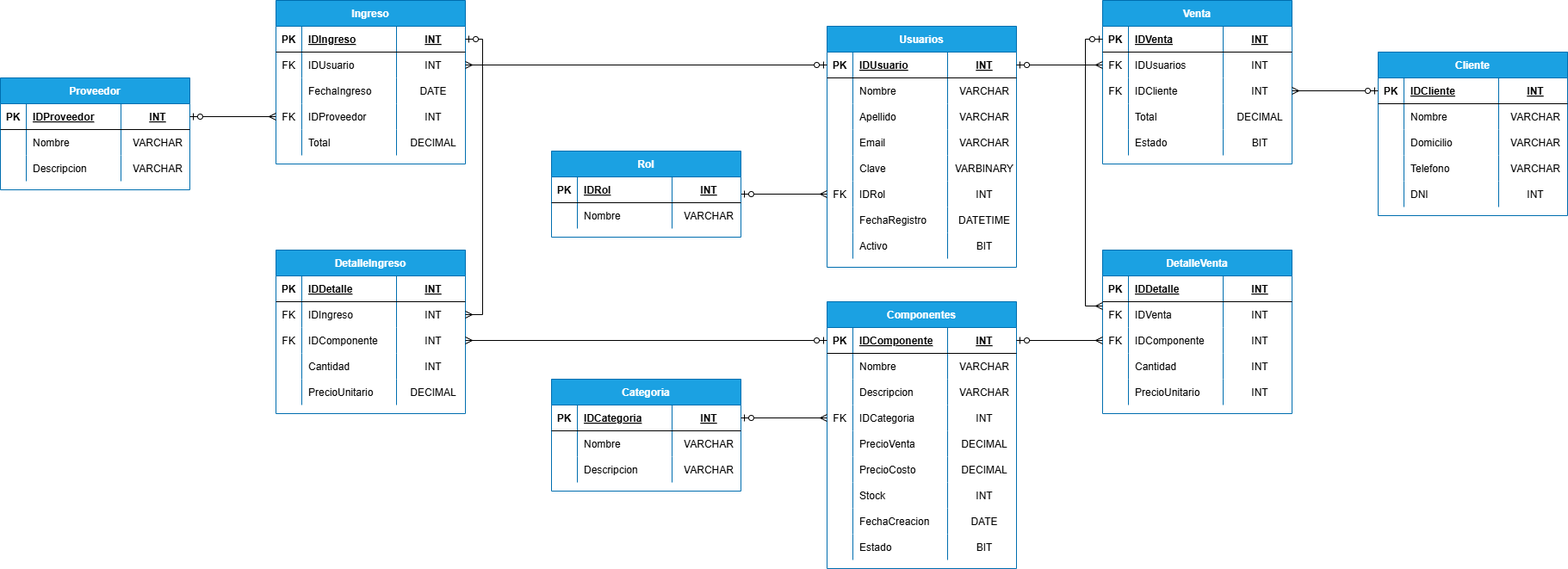
Earlier version of the draw.io export DER/DER TPI Grupo 4.png (xxLich/TP_Integrador_Lab3). Source tidied: cells renumbered, new cells last; positions are measured from the earlier drawing's top-left corner, leaving out a move shared by most shapes.
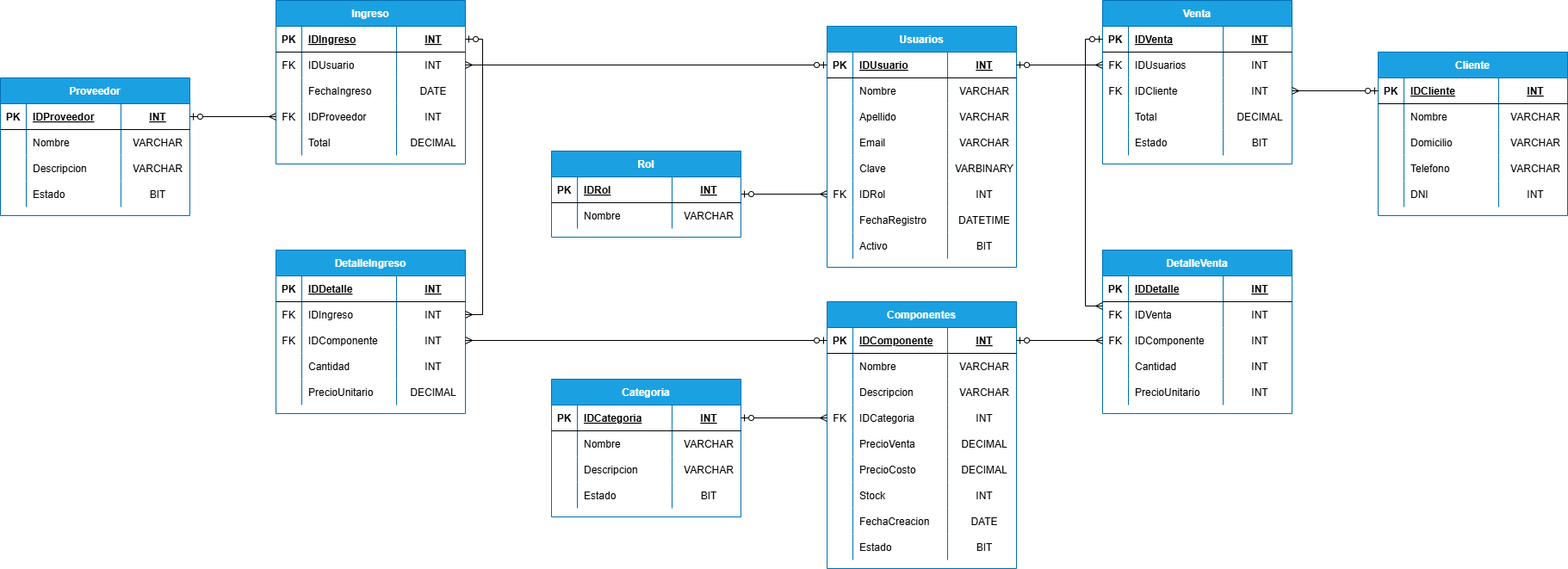
The same diagram one commit later.

What changed in the source:
```diff
@@ -375,7 +375,7 @@
       <mxGeometry relative="1" as="geometry" />
     </mxCell>
     <mxCell id="126" value="Categoria" style="shape=table;startSize=30;rowLines=0;fontStyle=1;align=center;fillColor=#1ba1e2;fontColor=#ffffff;strokeColor=#006EAF;" parent="1" vertex="1">
-      <mxGeometry x="640" y="440" width="220" height="130" as="geometry" />
+      <mxGeometry x="640" y="440" width="220" height="160" as="geometry" />
     </mxCell>
     <mxCell id="127" style="shape=partialRectangle;fillColor=none;points=[[0,0.5],[1,0.5]];portConstraint=eastwest;top=0;left=0;right=0;bottom=1;" parent="126" vertex="1">
       <mxGeometry y="30" width="220" height="30" as="geometry" />
@@ -413,11 +413,23 @@
     <mxCell id="138" value="VARCHAR" style="shape=partialRectangle;overflow=hidden;fillColor=none;top=0;left=0;bottom=0;right=0;align=center;spacingLeft=6;" parent="135" vertex="1">
       <mxGeometry x="140" width="80" height="30" as="geometry" />
     </mxCell>
+    <mxCell id="222" style="shape=partialRectangle;fillColor=none;top=0;left=0;right=0;bottom=0;" parent="126" vertex="1">
+      <mxGeometry y="120" width="220" height="30" as="geometry" />
+    </mxCell>
+    <mxCell id="223" style="shape=partialRectangle;overflow=hidden;fillColor=none;top=0;left=0;bottom=0;right=0;" parent="222" vertex="1">
+      <mxGeometry width="30" height="30" as="geometry" />
+    </mxCell>
+    <mxCell id="224" value="Estado" style="shape=partialRectangle;overflow=hidden;fillColor=none;top=0;left=0;bottom=0;right=0;align=left;spacingLeft=6;" parent="222" vertex="1">
+      <mxGeometry x="30" width="110" height="30" as="geometry" />
+    </mxCell>
+    <mxCell id="225" value="BIT" style="shape=partialRectangle;overflow=hidden;fillColor=none;top=0;left=0;bottom=0;right=0;align=center;spacingLeft=6;" parent="222" vertex="1">
+      <mxGeometry x="140" width="80" height="30" as="geometry" />
+    </mxCell>
     <mxCell id="139" style="edgeStyle=orthogonalEdgeStyle;rounded=0;jettySize=auto;html=1;endArrow=ERmany;endFill=0;startArrow=ERzeroToOne;startFill=0;" parent="1" edge="1" source="127" target="48">
       <mxGeometry relative="1" as="geometry" />
     </mxCell>
     <mxCell id="140" value="Proveedor" style="shape=table;startSize=30;rowLines=0;fontStyle=1;align=center;fillColor=#1ba1e2;strokeColor=#006EAF;fontColor=#ffffff;" parent="1" vertex="1">
-      <mxGeometry y="90" width="220" height="130" as="geometry" />
+      <mxGeometry y="90" width="220" height="160" as="geometry" />
     </mxCell>
     <mxCell id="141" style="shape=partialRectangle;fillColor=none;points=[[0,0.5],[1,0.5]];portConstraint=eastwest;top=0;left=0;right=0;bottom=1;" parent="140" vertex="1">
       <mxGeometry y="30" width="220" height="30" as="geometry" />
@@ -455,6 +467,18 @@
     <mxCell id="152" value="VARCHAR" style="shape=partialRectangle;overflow=hidden;fillColor=none;top=0;left=0;bottom=0;right=0;align=center;spacingLeft=6;" parent="149" vertex="1">
       <mxGeometry x="140" width="80" height="30" as="geometry" />
     </mxCell>
+    <mxCell id="226" style="shape=partialRectangle;fillColor=none;top=0;left=0;right=0;bottom=0;" parent="140" vertex="1">
+      <mxGeometry y="120" width="220" height="30" as="geometry" />
+    </mxCell>
+    <mxCell id="227" style="shape=partialRectangle;overflow=hidden;fillColor=none;top=0;left=0;bottom=0;right=0;" parent="226" vertex="1">
+      <mxGeometry width="30" height="30" as="geometry" />
+    </mxCell>
+    <mxCell id="228" value="Estado" style="shape=partialRectangle;overflow=hidden;fillColor=none;top=0;left=0;bottom=0;right=0;align=left;spacingLeft=6;" parent="226" vertex="1">
+      <mxGeometry x="30" width="110" height="30" as="geometry" />
+    </mxCell>
+    <mxCell id="229" value="BIT" style="shape=partialRectangle;overflow=hidden;fillColor=none;top=0;left=0;bottom=0;right=0;align=center;spacingLeft=6;" parent="226" vertex="1">
+      <mxGeometry x="140" width="80" height="30" as="geometry" />
+    </mxCell>
     <mxCell id="153" value="Ingreso" style="shape=table;startSize=30;rowLines=0;fontStyle=1;align=center;fillColor=#1ba1e2;fontColor=#ffffff;strokeColor=#006EAF;" parent="1" vertex="1">
       <mxGeometry x="320" width="220" height="190" as="geometry" />
     </mxCell>
```
